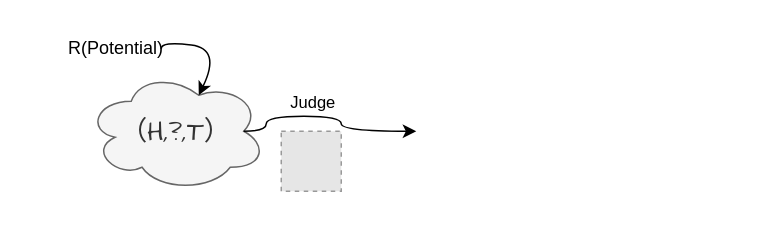
yizhezhixing/yizhezhixing keeps this draw.io diagram as 关系验证示意图.drawio. Above is the earlier version. Source tidied: cells renumbered, new cells numbered last; positions are measured from the earlier drawing's top-left corner, leaving out a move shared by most shapes. Both pictures are drawn from the tidied source at 150%, with x=0, y=0 at pixel (70, 26). Pictures stored in the file or linked from it are replaced by grey dashed boxes.
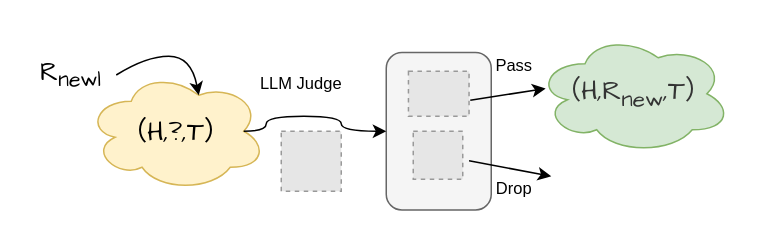
Above is the later version.

Commit message (it also covers changes not shown here):
更新关系验证示意图.drawio

The edit, as a diff of the source:
```diff
@@
+    <mxCell id="8" style="rounded=1;whiteSpace=wrap;html=1;fillColor=#f5f5f5;fontColor=#333333;strokeColor=#666666;" parent="1" vertex="1">
+      <mxGeometry x="210" y="17.5" width="70" height="105" as="geometry" />
+    </mxCell>
-    <mxCell id="2" value="&lt;font face=&quot;Comic Sans MS&quot; style=&quot;font-size: 18px;&quot;&gt;（H,?,T）&lt;/font&gt;" style="ellipse;shape=cloud;whiteSpace=wrap;html=1;fillColor=#f5f5f5;fontColor=#333333;strokeColor=#666666;" parent="1" vertex="1">
+    <mxCell id="2" value="&lt;font face=&quot;Comic Sans MS&quot; style=&quot;font-size: 18px;&quot;&gt;（H,?,T）&lt;/font&gt;" style="ellipse;shape=cloud;whiteSpace=wrap;html=1;fillColor=#fff2cc;strokeColor=#d6b656;" parent="1" vertex="1">
       <mxGeometry x="10" y="30" width="120" height="80" as="geometry" />
     </mxCell>
-    <mxCell id="3" value="R(Potential)" style="text;html=1;align=center;verticalAlign=middle;whiteSpace=wrap;rounded=0;" parent="1" vertex="1">
-      <mxGeometry width="60" height="30" as="geometry" />
+    <mxCell id="3" value="&lt;font face=&quot;Comic Sans MS&quot; style=&quot;font-size: 17px;&quot;&gt;R&lt;sub style=&quot;&quot;&gt;newl&lt;/sub&gt;&lt;/font&gt;" style="text;html=1;align=center;verticalAlign=middle;whiteSpace=wrap;rounded=0;" parent="1" vertex="1">
+      <mxGeometry x="-30" y="17.5" width="60" height="30" as="geometry" />
     </mxCell>
     <mxCell id="4" style="curved=1;endArrow=classic;html=1;rounded=0;exitX=1;exitY=0.5;exitDx=0;exitDy=0;entryX=0.625;entryY=0.2;entryDx=0;entryDy=0;entryPerimeter=0;" parent="1" edge="1" source="3" target="2">
       <mxGeometry relative="1" as="geometry">
         <Array as="points">
-          <mxPoint x="60" y="10" />
-          <mxPoint x="100" y="15" />
+          <mxPoint x="50" y="20" />
+          <mxPoint x="80" y="20" />
         </Array>
       </mxGeometry>
     </mxCell>
-    <mxCell id="5" style="endArrow=classic;html=1;rounded=0;exitX=0.875;exitY=0.5;exitDx=0;exitDy=0;exitPerimeter=0;edgeStyle=orthogonalEdgeStyle;curved=1;" parent="1" edge="1" source="2">
+    <mxCell id="5" style="endArrow=classic;html=1;rounded=0;exitX=0.875;exitY=0.5;exitDx=0;exitDy=0;exitPerimeter=0;edgeStyle=orthogonalEdgeStyle;curved=1;entryX=0;entryY=0.5;entryDx=0;entryDy=0;" parent="1" edge="1" source="2" target="8">
       <mxGeometry relative="1" as="geometry">
-        <mxPoint x="230" y="70" as="targetPoint" />
         <Array as="points">
           <mxPoint x="130" y="70" />
           <mxPoint x="130" y="60" />
           <mxPoint x="180" y="60" />
           <mxPoint x="180" y="70" />
         </Array>
       </mxGeometry>
     </mxCell>
-    <mxCell id="6" value="Judge" style="edgeLabel;html=1;align=center;verticalAlign=middle;" parent="5" vertex="1">
+    <mxCell id="6" value="LLM Judge" style="edgeLabel;html=1;align=center;verticalAlign=middle;" parent="5" vertex="1">
       <mxGeometry x="0.24" y="4" relative="1" as="geometry">
         <mxPoint x="-24" y="-19" as="offset" />
       </mxGeometry>
     </mxCell>
@@
+    <mxCell id="9" style="fillColor=#E6E6E6;strokeColor=#999999;dashed=1;verticalLabelPosition=bottom;labelBackgroundColor=default;verticalAlign=top;" parent="1" vertex="1">
+      <mxGeometry x="228" y="70" width="33" height="32" as="geometry" />
+    </mxCell>
+    <mxCell id="10" style="fillColor=#E6E6E6;strokeColor=#999999;dashed=1;verticalLabelPosition=bottom;labelBackgroundColor=default;verticalAlign=top;" parent="1" vertex="1">
+      <mxGeometry x="224.8" y="30" width="40.4" height="30" as="geometry" />
+    </mxCell>
+    <mxCell id="11" style="endArrow=classic;html=1;rounded=0;exitX=1.02;exitY=0.643;exitDx=0;exitDy=0;exitPerimeter=0;entryX=0.048;entryY=0.457;entryDx=0;entryDy=0;entryPerimeter=0;" parent="1" edge="1" source="10" target="15">
+      <mxGeometry relative="1" as="geometry" />
+    </mxCell>
+    <mxCell id="12" value="Pass" style="edgeLabel;html=1;align=center;verticalAlign=middle;" parent="11" vertex="1">
+      <mxGeometry x="0.16" y="-1" relative="1" as="geometry">
+        <mxPoint y="-20" as="offset" />
+      </mxGeometry>
+    </mxCell>
+    <mxCell id="13" style="endArrow=classic;html=1;rounded=0;exitX=1.02;exitY=0.643;exitDx=0;exitDy=0;exitPerimeter=0;" parent="1" edge="1">
+      <mxGeometry relative="1" as="geometry">
+        <mxPoint x="265.2" y="89.7" as="sourcePoint" />
+        <mxPoint x="320" y="100" as="targetPoint" />
+      </mxGeometry>
+    </mxCell>
+    <mxCell id="14" value="Drop" style="edgeLabel;html=1;align=center;verticalAlign=middle;" parent="13" vertex="1">
+      <mxGeometry x="0.16" y="-1" relative="1" as="geometry">
+        <mxPoint x="-2" y="11" as="offset" />
+      </mxGeometry>
+    </mxCell>
+    <mxCell id="15" value="&lt;span style=&quot;color: rgb(51, 51, 51); font-family: &amp;quot;Comic Sans MS&amp;quot;; font-size: 18px;&quot;&gt;（H,R&lt;sub&gt;new&lt;/sub&gt;,T）&lt;/span&gt;" style="ellipse;shape=cloud;whiteSpace=wrap;html=1;fillColor=#d5e8d4;strokeColor=#82b366;" parent="1" vertex="1">
+      <mxGeometry x="310" y="5" width="130" height="80" as="geometry" />
+    </mxCell>
```
